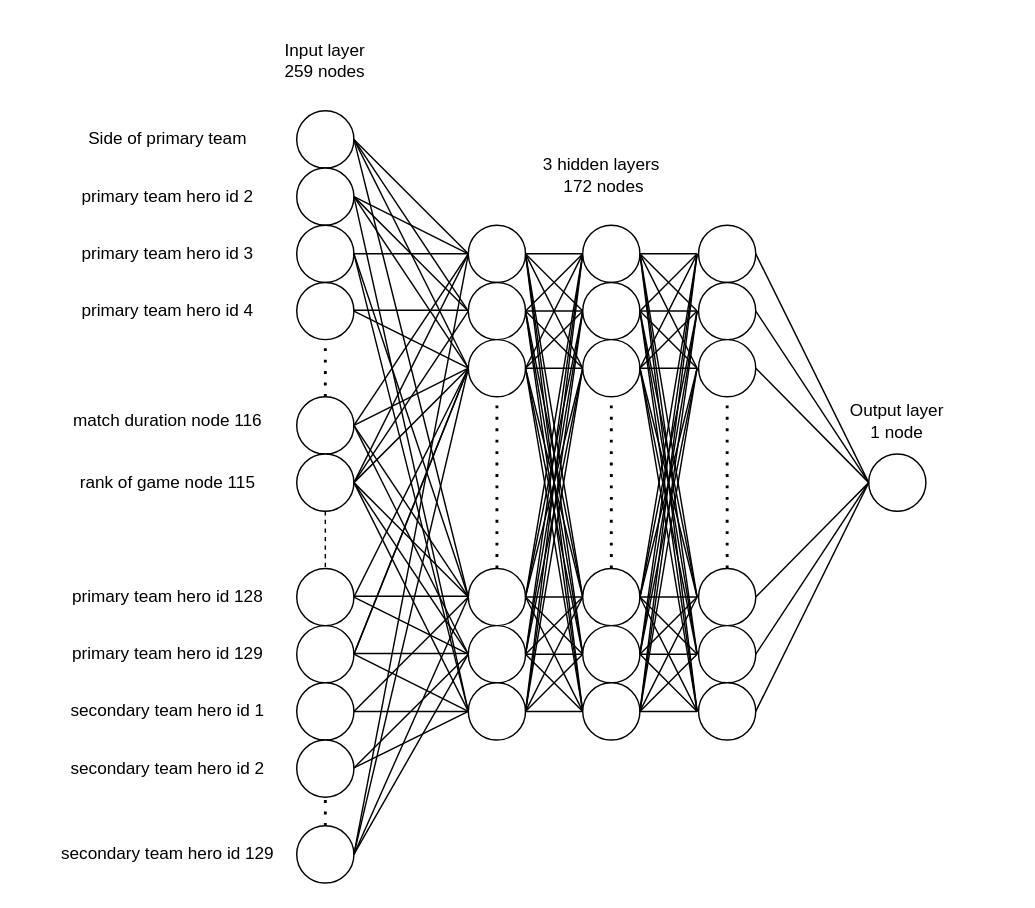
Earlier version of the draw.io diagram writeup_main_project/drawIO/network Diagram.drawio (MidriffPie44/id1214-Labs). Source tidied: cells renumbered, new cells numbered last; positions are measured from the earlier drawing's top-left corner, leaving out a move shared by most shapes. Both pictures are drawn from the tidied source at 143%, with x=0, y=0 at pixel (24, 24).
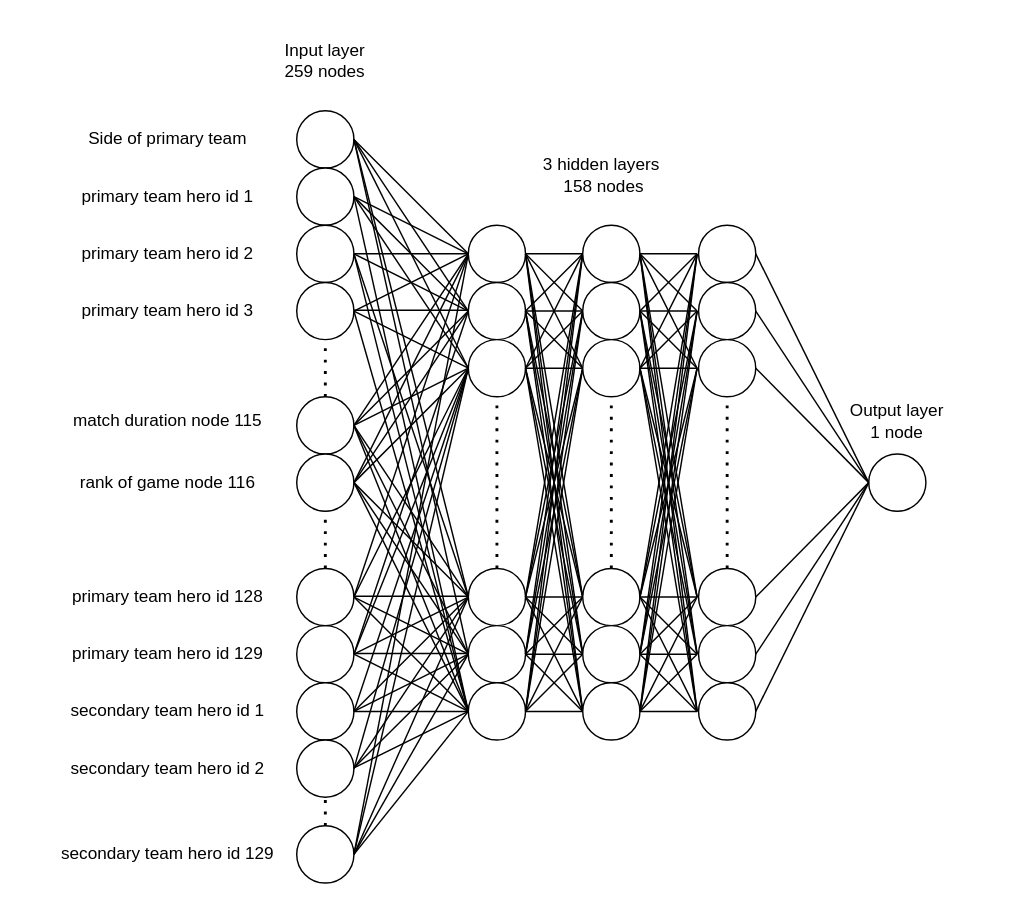
The same page after the edit.

Unchanged cells that the change refers to:
```xml
<mxCell id="2" style="ellipse;whiteSpace=wrap;html=1;" parent="1" vertex="1">
  <mxGeometry x="190" y="60" width="40" height="40" as="geometry" />
</mxCell>
<mxCell id="4" style="ellipse;whiteSpace=wrap;html=1;" parent="1" vertex="1">
  <mxGeometry x="190" y="140" width="40" height="40" as="geometry" />
</mxCell>
<mxCell id="5" style="ellipse;whiteSpace=wrap;html=1;" parent="1" vertex="1">
  <mxGeometry x="190" y="180" width="40" height="40" as="geometry" />
</mxCell>
<mxCell id="7" style="ellipse;whiteSpace=wrap;html=1;" parent="1" vertex="1">
  <mxGeometry x="190" y="420" width="40" height="40" as="geometry" />
</mxCell>
<mxCell id="8" style="ellipse;whiteSpace=wrap;html=1;" parent="1" vertex="1">
  <mxGeometry x="190" y="460" width="40" height="40" as="geometry" />
</mxCell>
<mxCell id="10" style="ellipse;whiteSpace=wrap;html=1;" parent="1" vertex="1">
  <mxGeometry x="190" y="560" width="40" height="40" as="geometry" />
</mxCell>
<mxCell id="24" style="ellipse;whiteSpace=wrap;html=1;" parent="1" vertex="1">
  <mxGeometry x="190" y="300" width="40" height="40" as="geometry" />
</mxCell>
<mxCell id="25" style="ellipse;whiteSpace=wrap;html=1;" parent="1" vertex="1">
  <mxGeometry x="190" y="380" width="40" height="40" as="geometry" />
</mxCell>
<mxCell id="74" style="ellipse;whiteSpace=wrap;html=1;" parent="1" vertex="1">
  <mxGeometry x="310" y="180" width="40" height="40" as="geometry" />
</mxCell>
<mxCell id="81" style="ellipse;whiteSpace=wrap;html=1;" parent="1" vertex="1">
  <mxGeometry x="310" y="220" width="40" height="40" as="geometry" />
</mxCell>
<mxCell id="88" style="ellipse;whiteSpace=wrap;html=1;" parent="1" vertex="1">
  <mxGeometry x="310" y="380" width="40" height="40" as="geometry" />
</mxCell>
<mxCell id="95" style="ellipse;whiteSpace=wrap;html=1;" parent="1" vertex="1">
  <mxGeometry x="310" y="420" width="40" height="40" as="geometry" />
</mxCell>
<mxCell id="102" style="ellipse;whiteSpace=wrap;html=1;" parent="1" vertex="1">
  <mxGeometry x="310" y="460" width="40" height="40" as="geometry" />
</mxCell>
```

Change to the diagram source:
```diff
@@
-    <mxCell id="14" value="primary team hero id 2" style="text;html=1;strokeColor=none;fillColor=none;align=center;verticalAlign=middle;whiteSpace=wrap;rounded=0;" parent="1" vertex="1">
+    <mxCell id="14" value="primary team hero id 1" style="text;html=1;strokeColor=none;fillColor=none;align=center;verticalAlign=middle;whiteSpace=wrap;rounded=0;" parent="1" vertex="1">
       <mxGeometry y="110" width="200" height="20" as="geometry" />
     </mxCell>
-    <mxCell id="15" value="primary team hero id 3" style="text;html=1;strokeColor=none;fillColor=none;align=center;verticalAlign=middle;whiteSpace=wrap;rounded=0;" parent="1" vertex="1">
+    <mxCell id="15" value="primary team hero id 2" style="text;html=1;strokeColor=none;fillColor=none;align=center;verticalAlign=middle;whiteSpace=wrap;rounded=0;" parent="1" vertex="1">
       <mxGeometry y="150" width="200" height="20" as="geometry" />
     </mxCell>
-    <mxCell id="16" value="primary team hero id 4" style="text;html=1;strokeColor=none;fillColor=none;align=center;verticalAlign=middle;whiteSpace=wrap;rounded=0;" parent="1" vertex="1">
+    <mxCell id="16" value="primary team hero id 3" style="text;html=1;strokeColor=none;fillColor=none;align=center;verticalAlign=middle;whiteSpace=wrap;rounded=0;" parent="1" vertex="1">
       <mxGeometry y="190" width="200" height="20" as="geometry" />
     </mxCell>
@@
-    <mxCell id="26" style="endArrow=none;dashed=1;html=1;exitX=0.5;exitY=1;exitDx=0;exitDy=0;entryX=0.5;entryY=0;entryDx=0;entryDy=0;" parent="1" edge="1" source="24" target="25">
-      <mxGeometry relative="1" as="geometry" />
-    </mxCell>
-    <mxCell id="27" value="match duration node 116" style="text;html=1;strokeColor=none;fillColor=none;align=center;verticalAlign=middle;whiteSpace=wrap;rounded=0;" parent="1" vertex="1">
+    <mxCell id="27" value="match duration node 115" style="text;html=1;strokeColor=none;fillColor=none;align=center;verticalAlign=middle;whiteSpace=wrap;rounded=0;" parent="1" vertex="1">
       <mxGeometry y="267" width="200" height="20" as="geometry" />
     </mxCell>
-    <mxCell id="28" value="rank of game node 115" style="text;html=1;strokeColor=none;fillColor=none;align=center;verticalAlign=middle;whiteSpace=wrap;rounded=0;" parent="1" vertex="1">
+    <mxCell id="28" value="rank of game node 116" style="text;html=1;strokeColor=none;fillColor=none;align=center;verticalAlign=middle;whiteSpace=wrap;rounded=0;" parent="1" vertex="1">
       <mxGeometry y="310" width="200" height="20" as="geometry" />
     </mxCell>
@@
-    <mxCell id="64" style="endArrow=none;html=1;exitX=1;exitY=0.5;exitDx=0;exitDy=0;entryX=0;entryY=0.5;entryDx=0;entryDy=0;" parent="1" edge="1" source="7">
+    <mxCell id="64" style="endArrow=none;html=1;exitX=1;exitY=0.5;exitDx=0;exitDy=0;" parent="1" edge="1" source="7">
       <mxGeometry relative="1" as="geometry">
-        <mxPoint x="310" y="240" as="targetPoint" />
+        <mxPoint x="310" y="200" as="targetPoint" />
       </mxGeometry>
     </mxCell>
@@
-    <mxCell id="166" value="3 hidden layers&amp;nbsp;&lt;br&gt;172 nodes" style="text;html=1;strokeColor=none;fillColor=none;align=center;verticalAlign=middle;whiteSpace=wrap;rounded=0;" parent="1" vertex="1">
+    <mxCell id="166" value="3 hidden layers&amp;nbsp;&lt;br&gt;158 nodes" style="text;html=1;strokeColor=none;fillColor=none;align=center;verticalAlign=middle;whiteSpace=wrap;rounded=0;" parent="1" vertex="1">
       <mxGeometry x="350" y="80" width="110" height="50" as="geometry" />
     </mxCell>
@@
+    <mxCell id="168" style="endArrow=none;html=1;exitX=1;exitY=0.5;exitDx=0;exitDy=0;entryX=0;entryY=0.5;entryDx=0;entryDy=0;" parent="1" edge="1" source="2" target="95">
+      <mxGeometry relative="1" as="geometry" />
+    </mxCell>
+    <mxCell id="169" style="endArrow=none;html=1;entryX=1;entryY=0.5;entryDx=0;entryDy=0;" parent="1" edge="1" target="5">
+      <mxGeometry relative="1" as="geometry">
+        <mxPoint x="310" y="160" as="sourcePoint" />
+      </mxGeometry>
+    </mxCell>
+    <mxCell id="170" style="endArrow=none;html=1;entryX=0;entryY=0.5;entryDx=0;entryDy=0;exitX=1;exitY=0.5;exitDx=0;exitDy=0;" parent="1" edge="1" source="4" target="74">
+      <mxGeometry relative="1" as="geometry" />
+    </mxCell>
+    <mxCell id="171" style="endArrow=none;html=1;exitX=1;exitY=0.5;exitDx=0;exitDy=0;" parent="1" edge="1" source="5">
+      <mxGeometry relative="1" as="geometry">
+        <mxPoint x="310" y="480" as="targetPoint" />
+      </mxGeometry>
+    </mxCell>
+    <mxCell id="172" style="endArrow=none;html=1;entryX=0;entryY=0.5;entryDx=0;entryDy=0;" parent="1" edge="1" target="74">
+      <mxGeometry relative="1" as="geometry">
+        <mxPoint x="230" y="280" as="sourcePoint" />
+      </mxGeometry>
+    </mxCell>
+    <mxCell id="173" style="endArrow=none;html=1;entryX=0;entryY=0.5;entryDx=0;entryDy=0;" parent="1" edge="1" target="102">
+      <mxGeometry relative="1" as="geometry">
+        <mxPoint x="230" y="280" as="sourcePoint" />
+      </mxGeometry>
+    </mxCell>
+    <mxCell id="174" style="endArrow=none;html=1;" parent="1" edge="1">
+      <mxGeometry relative="1" as="geometry">
+        <mxPoint x="230" y="400" as="sourcePoint" />
+        <mxPoint x="310" y="480" as="targetPoint" />
+      </mxGeometry>
+    </mxCell>
+    <mxCell id="175" style="endArrow=none;html=1;entryX=0;entryY=0.5;entryDx=0;entryDy=0;exitX=1;exitY=0.5;exitDx=0;exitDy=0;" parent="1" edge="1" source="7" target="88">
+      <mxGeometry relative="1" as="geometry" />
+    </mxCell>
+    <mxCell id="176" style="endArrow=none;html=1;" parent="1" edge="1">
+      <mxGeometry relative="1" as="geometry">
+        <mxPoint x="230" y="400" as="sourcePoint" />
+        <mxPoint x="310" y="160" as="targetPoint" />
+      </mxGeometry>
+    </mxCell>
+    <mxCell id="177" style="endArrow=none;html=1;entryX=0;entryY=0.5;entryDx=0;entryDy=0;exitX=1;exitY=0.5;exitDx=0;exitDy=0;" parent="1" edge="1" source="8" target="95">
+      <mxGeometry relative="1" as="geometry" />
+    </mxCell>
+    <mxCell id="178" style="endArrow=none;html=1;entryX=0;entryY=0.5;entryDx=0;entryDy=0;exitX=1;exitY=0.5;exitDx=0;exitDy=0;" parent="1" edge="1" source="8" target="81">
+      <mxGeometry relative="1" as="geometry" />
+    </mxCell>
+    <mxCell id="179" style="endArrow=none;html=1;" parent="1" edge="1">
+      <mxGeometry relative="1" as="geometry">
+        <mxPoint x="230" y="520" as="sourcePoint" />
+        <mxPoint x="310" y="240" as="targetPoint" />
+      </mxGeometry>
+    </mxCell>
+    <mxCell id="180" style="endArrow=none;html=1;exitX=1;exitY=0.5;exitDx=0;exitDy=0;" parent="1" edge="1" source="10">
+      <mxGeometry relative="1" as="geometry">
+        <mxPoint x="310" y="480" as="targetPoint" />
+      </mxGeometry>
+    </mxCell>
+    <mxCell id="181" style="endArrow=none;html=1;entryX=0;entryY=0.5;entryDx=0;entryDy=0;" parent="1" edge="1" target="88">
+      <mxGeometry relative="1" as="geometry">
+        <mxPoint x="230" y="520" as="sourcePoint" />
+      </mxGeometry>
+    </mxCell>
+    <mxCell id="182" style="endArrow=none;dashed=1;html=1;dashPattern=1 3;strokeWidth=2;exitX=0.5;exitY=0;exitDx=0;exitDy=0;entryX=0.5;entryY=1;entryDx=0;entryDy=0;" parent="1" edge="1" source="25" target="24">
+      <mxGeometry relative="1" as="geometry" />
+    </mxCell>
```
